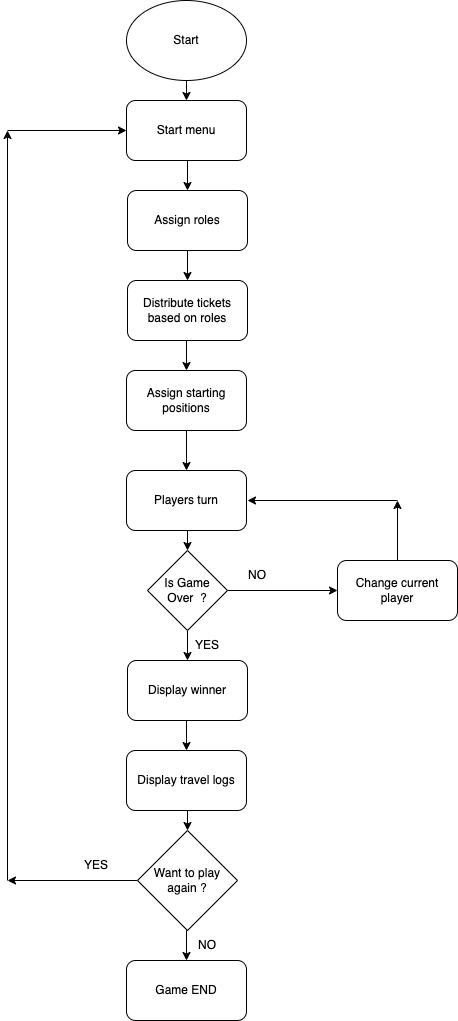
The draw.io diagram main.drawio.png in garimiddisuman/project, before a commit. Source tidied: cells renumbered, new cells last; positions are measured from the earlier drawing's top-left corner, leaving out a move shared by most shapes. The source it was exported from:
```xml
<mxGraphModel background="#FFFFFF">
  <root>
    <mxCell id="0" />
    <mxCell id="1" parent="0" />
    <mxCell id="2" style="edgeStyle=orthogonalEdgeStyle;rounded=0;jettySize=auto;html=1;exitX=0.5;exitY=1;exitDx=0;exitDy=0;entryX=0.5;entryY=0;entryDx=0;entryDy=0;" parent="1" edge="1" source="3" target="5">
      <mxGeometry relative="1" as="geometry" />
    </mxCell>
    <mxCell id="3" value="Start" style="ellipse;whiteSpace=wrap;html=1;" parent="1" vertex="1">
      <mxGeometry x="119" width="120" height="80" as="geometry" />
    </mxCell>
    <mxCell id="4" style="edgeStyle=orthogonalEdgeStyle;rounded=0;jettySize=auto;html=1;exitX=0.5;exitY=1;exitDx=0;exitDy=0;entryX=0.5;entryY=0;entryDx=0;entryDy=0;" parent="1" edge="1" source="5" target="7">
      <mxGeometry relative="1" as="geometry" />
    </mxCell>
    <mxCell id="5" value="Start menu" style="rounded=1;whiteSpace=wrap;html=1;" parent="1" vertex="1">
      <mxGeometry x="119" y="100" width="120" height="60" as="geometry" />
    </mxCell>
    <mxCell id="6" style="edgeStyle=orthogonalEdgeStyle;rounded=0;jettySize=auto;html=1;exitX=0.5;exitY=1;exitDx=0;exitDy=0;entryX=0.5;entryY=0;entryDx=0;entryDy=0;" parent="1" edge="1" source="7" target="9">
      <mxGeometry relative="1" as="geometry" />
    </mxCell>
    <mxCell id="7" value="Assign roles" style="rounded=1;whiteSpace=wrap;html=1;" parent="1" vertex="1">
      <mxGeometry x="120" y="190" width="120" height="60" as="geometry" />
    </mxCell>
    <mxCell id="8" style="edgeStyle=orthogonalEdgeStyle;rounded=0;jettySize=auto;html=1;exitX=0.5;exitY=1;exitDx=0;exitDy=0;entryX=0.5;entryY=0;entryDx=0;entryDy=0;" parent="1" edge="1" source="9" target="11">
      <mxGeometry relative="1" as="geometry" />
    </mxCell>
    <mxCell id="9" value="Distribute tickets based on roles" style="rounded=1;whiteSpace=wrap;html=1;" parent="1" vertex="1">
      <mxGeometry x="120" y="280" width="120" height="60" as="geometry" />
    </mxCell>
    <mxCell id="10" style="edgeStyle=orthogonalEdgeStyle;rounded=0;jettySize=auto;html=1;exitX=0.5;exitY=1;exitDx=0;exitDy=0;entryX=0.5;entryY=0;entryDx=0;entryDy=0;" parent="1" edge="1" source="11" target="13">
      <mxGeometry relative="1" as="geometry" />
    </mxCell>
    <mxCell id="11" value="Assign starting positions" style="rounded=1;whiteSpace=wrap;html=1;" parent="1" vertex="1">
      <mxGeometry x="119" y="370" width="120" height="60" as="geometry" />
    </mxCell>
    <mxCell id="12" style="edgeStyle=orthogonalEdgeStyle;rounded=0;jettySize=auto;html=1;exitX=0.5;exitY=1;exitDx=0;exitDy=0;entryX=0.5;entryY=0;entryDx=0;entryDy=0;" parent="1" edge="1" source="13" target="19">
      <mxGeometry relative="1" as="geometry" />
    </mxCell>
    <mxCell id="13" value="Players turn" style="rounded=1;whiteSpace=wrap;html=1;" parent="1" vertex="1">
      <mxGeometry x="119" y="470" width="120" height="60" as="geometry" />
    </mxCell>
    <mxCell id="14" style="edgeStyle=orthogonalEdgeStyle;rounded=0;jettySize=auto;html=1;exitX=0.5;exitY=1;exitDx=0;exitDy=0;entryX=0.5;entryY=0;entryDx=0;entryDy=0;" parent="1" edge="1" source="15" target="21">
      <mxGeometry relative="1" as="geometry" />
    </mxCell>
    <mxCell id="15" value="Display winner" style="rounded=1;whiteSpace=wrap;html=1;" parent="1" vertex="1">
      <mxGeometry x="120" y="660" width="120" height="60" as="geometry" />
    </mxCell>
    <mxCell id="16" style="edgeStyle=orthogonalEdgeStyle;rounded=0;orthogonalLoop=1;jettySize=auto;html=1;exitX=0.5;exitY=1;exitDx=0;exitDy=0;" parent="1" edge="1" source="3" target="3">
      <mxGeometry relative="1" as="geometry" />
    </mxCell>
    <mxCell id="17" style="edgeStyle=orthogonalEdgeStyle;rounded=0;jettySize=auto;html=1;exitX=0.5;exitY=1;exitDx=0;exitDy=0;entryX=0.5;entryY=0;entryDx=0;entryDy=0;" parent="1" edge="1" source="19" target="15">
      <mxGeometry relative="1" as="geometry" />
    </mxCell>
    <mxCell id="18" style="edgeStyle=orthogonalEdgeStyle;rounded=0;jettySize=auto;html=1;exitX=1;exitY=0.5;exitDx=0;exitDy=0;" parent="1" edge="1" source="19" target="30">
      <mxGeometry relative="1" as="geometry" />
    </mxCell>
    <mxCell id="19" value="Is Game Over&amp;nbsp; ?" style="rhombus;whiteSpace=wrap;html=1;" parent="1" vertex="1">
      <mxGeometry x="140" y="550" width="80" height="80" as="geometry" />
    </mxCell>
    <mxCell id="20" style="edgeStyle=orthogonalEdgeStyle;rounded=0;jettySize=auto;html=1;exitX=0.5;exitY=1;exitDx=0;exitDy=0;entryX=0.5;entryY=0;entryDx=0;entryDy=0;" parent="1" edge="1" source="21" target="24">
      <mxGeometry relative="1" as="geometry" />
    </mxCell>
    <mxCell id="21" value="Display travel logs" style="rounded=1;whiteSpace=wrap;html=1;" parent="1" vertex="1">
      <mxGeometry x="119" y="750" width="120" height="60" as="geometry" />
    </mxCell>
    <mxCell id="22" style="edgeStyle=orthogonalEdgeStyle;rounded=0;jettySize=auto;html=1;exitX=0;exitY=0.5;exitDx=0;exitDy=0;" parent="1" edge="1" source="24">
      <mxGeometry relative="1" as="geometry">
        <mxPoint y="880" as="targetPoint" />
      </mxGeometry>
    </mxCell>
    <mxCell id="23" style="edgeStyle=orthogonalEdgeStyle;rounded=0;jettySize=auto;html=1;exitX=0.5;exitY=1;exitDx=0;exitDy=0;entryX=0.5;entryY=0;entryDx=0;entryDy=0;" parent="1" edge="1" source="24" target="33">
      <mxGeometry relative="1" as="geometry" />
    </mxCell>
    <mxCell id="24" value="Want to play again ?" style="rhombus;whiteSpace=wrap;html=1;" parent="1" vertex="1">
      <mxGeometry x="130" y="830" width="100" height="100" as="geometry" />
    </mxCell>
    <mxCell id="25" style="endArrow=classic;html=1;rounded=0;entryX=0;entryY=0.5;entryDx=0;entryDy=0;" parent="1" edge="1" target="5">
      <mxGeometry relative="1" as="geometry">
        <mxPoint y="130" as="sourcePoint" />
      </mxGeometry>
    </mxCell>
    <mxCell id="26" value="YES" style="text;html=1;align=center;verticalAlign=middle;whiteSpace=wrap;rounded=0;" parent="1" vertex="1">
      <mxGeometry x="59" y="850" width="60" height="30" as="geometry" />
    </mxCell>
    <mxCell id="27" style="endArrow=classic;html=1;rounded=0;" parent="1" edge="1">
      <mxGeometry relative="1" as="geometry">
        <mxPoint y="880" as="sourcePoint" />
        <mxPoint y="130" as="targetPoint" />
      </mxGeometry>
    </mxCell>
    <mxCell id="28" value="YES" style="text;html=1;align=center;verticalAlign=middle;whiteSpace=wrap;rounded=0;" parent="1" vertex="1">
      <mxGeometry x="170" y="630" width="60" height="30" as="geometry" />
    </mxCell>
    <mxCell id="29" style="edgeStyle=orthogonalEdgeStyle;rounded=0;jettySize=auto;html=1;exitX=0.5;exitY=0;exitDx=0;exitDy=0;" parent="1" edge="1" source="30">
      <mxGeometry relative="1" as="geometry">
        <mxPoint x="390" y="500" as="targetPoint" />
      </mxGeometry>
    </mxCell>
    <mxCell id="30" value="Change current player" style="rounded=1;whiteSpace=wrap;html=1;" parent="1" vertex="1">
      <mxGeometry x="330" y="560" width="120" height="60" as="geometry" />
    </mxCell>
    <mxCell id="31" style="endArrow=classic;html=1;rounded=0;" parent="1" edge="1">
      <mxGeometry relative="1" as="geometry">
        <mxPoint x="390" y="500" as="sourcePoint" />
        <mxPoint x="240" y="500" as="targetPoint" />
      </mxGeometry>
    </mxCell>
    <mxCell id="32" value="NO" style="text;html=1;align=center;verticalAlign=middle;whiteSpace=wrap;rounded=0;" parent="1" vertex="1">
      <mxGeometry x="220" y="560" width="60" height="30" as="geometry" />
    </mxCell>
    <mxCell id="33" value="Game END" style="rounded=1;whiteSpace=wrap;html=1;" parent="1" vertex="1">
      <mxGeometry x="119" y="960" width="120" height="60" as="geometry" />
    </mxCell>
    <mxCell id="34" value="NO" style="text;html=1;align=center;verticalAlign=middle;whiteSpace=wrap;rounded=0;" parent="1" vertex="1">
      <mxGeometry x="170" y="930" width="60" height="30" as="geometry" />
    </mxCell>
  </root>
</mxGraphModel>
```
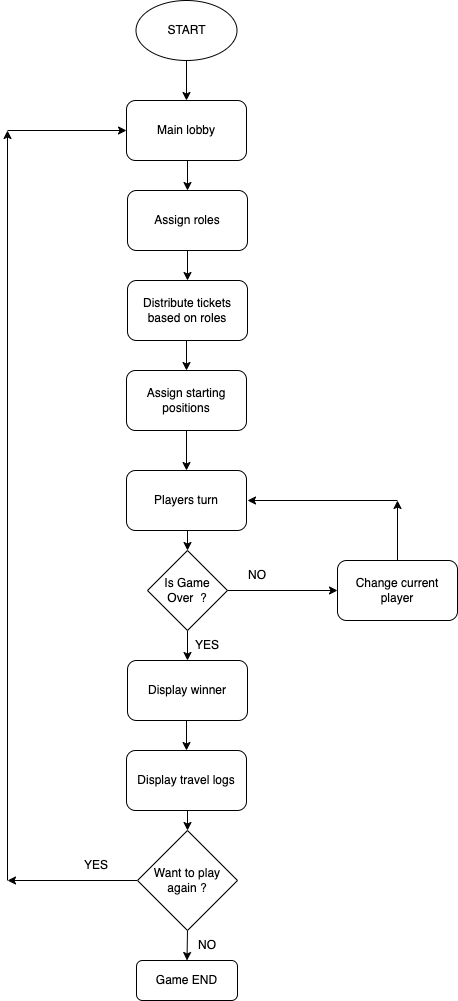
After the change.

What changed in the source:
```diff
@@ -5,13 +5,13 @@
     <mxCell id="2" style="edgeStyle=orthogonalEdgeStyle;rounded=0;jettySize=auto;html=1;exitX=0.5;exitY=1;exitDx=0;exitDy=0;entryX=0.5;entryY=0;entryDx=0;entryDy=0;" parent="1" edge="1" source="3" target="5">
       <mxGeometry relative="1" as="geometry" />
     </mxCell>
-    <mxCell id="3" value="Start" style="ellipse;whiteSpace=wrap;html=1;" parent="1" vertex="1">
-      <mxGeometry x="119" width="120" height="80" as="geometry" />
+    <mxCell id="3" value="START" style="ellipse;whiteSpace=wrap;html=1;" parent="1" vertex="1">
+      <mxGeometry x="128.5" width="101" height="60" as="geometry" />
     </mxCell>
     <mxCell id="4" style="edgeStyle=orthogonalEdgeStyle;rounded=0;jettySize=auto;html=1;exitX=0.5;exitY=1;exitDx=0;exitDy=0;entryX=0.5;entryY=0;entryDx=0;entryDy=0;" parent="1" edge="1" source="5" target="7">
       <mxGeometry relative="1" as="geometry" />
     </mxCell>
-    <mxCell id="5" value="Start menu" style="rounded=1;whiteSpace=wrap;html=1;" parent="1" vertex="1">
+    <mxCell id="5" value="Main lobby" style="rounded=1;whiteSpace=wrap;html=1;" parent="1" vertex="1">
       <mxGeometry x="119" y="100" width="120" height="60" as="geometry" />
     </mxCell>
     <mxCell id="6" style="edgeStyle=orthogonalEdgeStyle;rounded=0;jettySize=auto;html=1;exitX=0.5;exitY=1;exitDx=0;exitDy=0;entryX=0.5;entryY=0;entryDx=0;entryDy=0;" parent="1" edge="1" source="7" target="9">
@@ -108,7 +108,7 @@
       <mxGeometry x="220" y="560" width="60" height="30" as="geometry" />
     </mxCell>
     <mxCell id="33" value="Game END" style="rounded=1;whiteSpace=wrap;html=1;" parent="1" vertex="1">
-      <mxGeometry x="119" y="960" width="120" height="60" as="geometry" />
+      <mxGeometry x="129" y="960" width="101" height="40" as="geometry" />
     </mxCell>
     <mxCell id="34" value="NO" style="text;html=1;align=center;verticalAlign=middle;whiteSpace=wrap;rounded=0;" parent="1" vertex="1">
       <mxGeometry x="170" y="930" width="60" height="30" as="geometry" />
```
